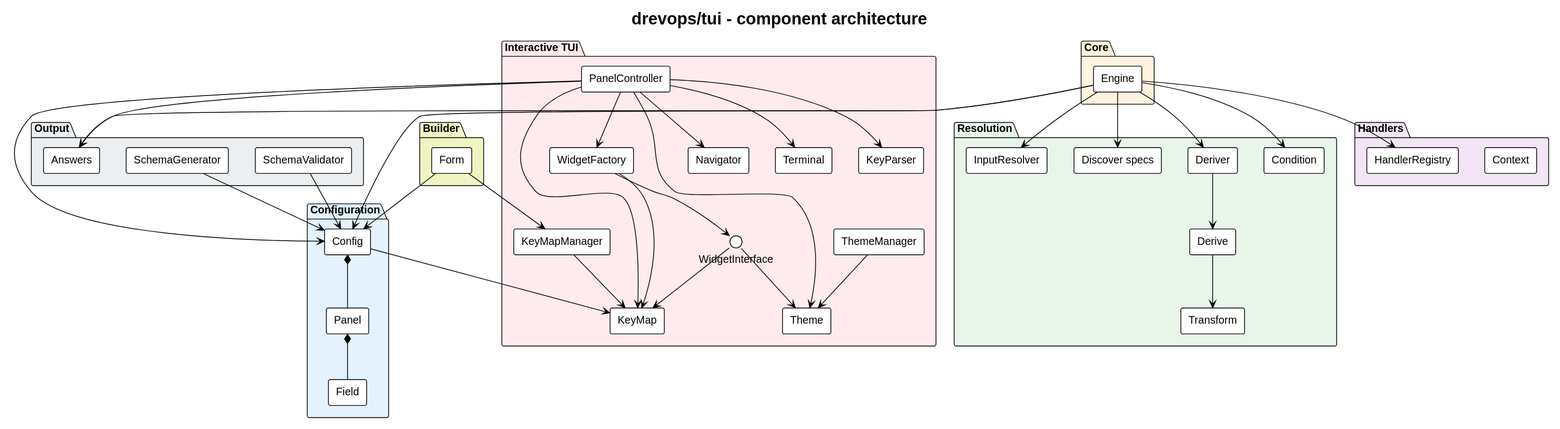
Earlier version of the PlantUML export docs/architecture/architecture.svg (drevops/tui).
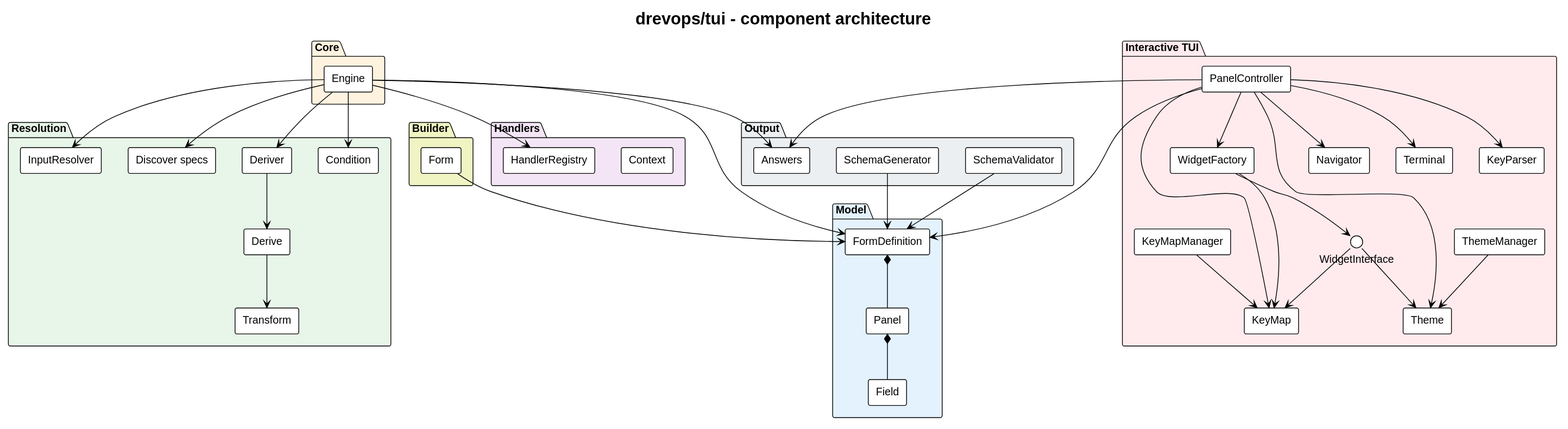
After the change.

Change to the diagram source:
```diff
@@ -10,8 +10,8 @@
   [Form]
 }
 
-package "Configuration" #E3F2FD {
-  [Config]
+package "Model" #E3F2FD {
+  [FormDefinition]
   [Panel]
   [Field]
 }
@@ -53,11 +53,11 @@
   [KeyParser]
 }
 
-[Form] --> [Config]
-[Config] *-- [Panel]
+[Form] --> [FormDefinition]
+[FormDefinition] *-- [Panel]
 [Panel] *-- [Field]
 
-[Engine] --> [Config]
+[Engine] --> [FormDefinition]
 [Engine] --> [InputResolver]
 [Engine] --> [Discover specs]
 [Engine] --> [Deriver]
@@ -67,15 +67,13 @@
 [Engine] --> [HandlerRegistry]
 [Engine] --> [Answers]
 
-[SchemaGenerator] --> [Config]
-[SchemaValidator] --> [Config]
+[SchemaGenerator] --> [FormDefinition]
+[SchemaValidator] --> [FormDefinition]
 
-[PanelController] --> [Config]
+[PanelController] --> [FormDefinition]
 [ThemeManager] --> [Theme]
 [PanelController] --> [Theme]
-[Form] --> [KeyMapManager]
 [KeyMapManager] --> [KeyMap]
-[Config] --> [KeyMap]
 [PanelController] --> [KeyMap]
 [PanelController] --> [WidgetFactory]
 [WidgetFactory] --> [KeyMap]
```
